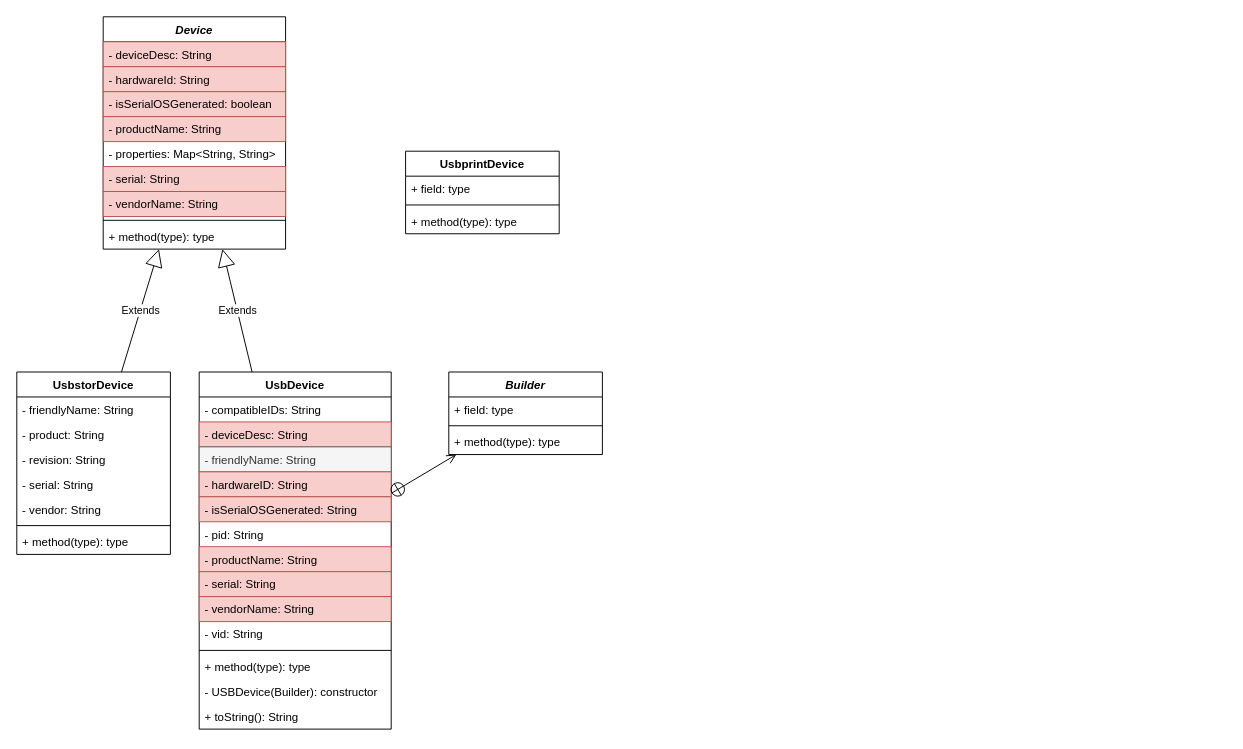
Above: UML diagrams.drawio in Quitest/USBDDx (draw.io), before the change. Source tidied: cells renumbered, new cells numbered last; positions are measured from the earlier drawing's top-left corner, leaving out a move shared by most shapes. Both pictures are drawn from the tidied source at 96%, with x=0, y=0 at pixel (16, 16).
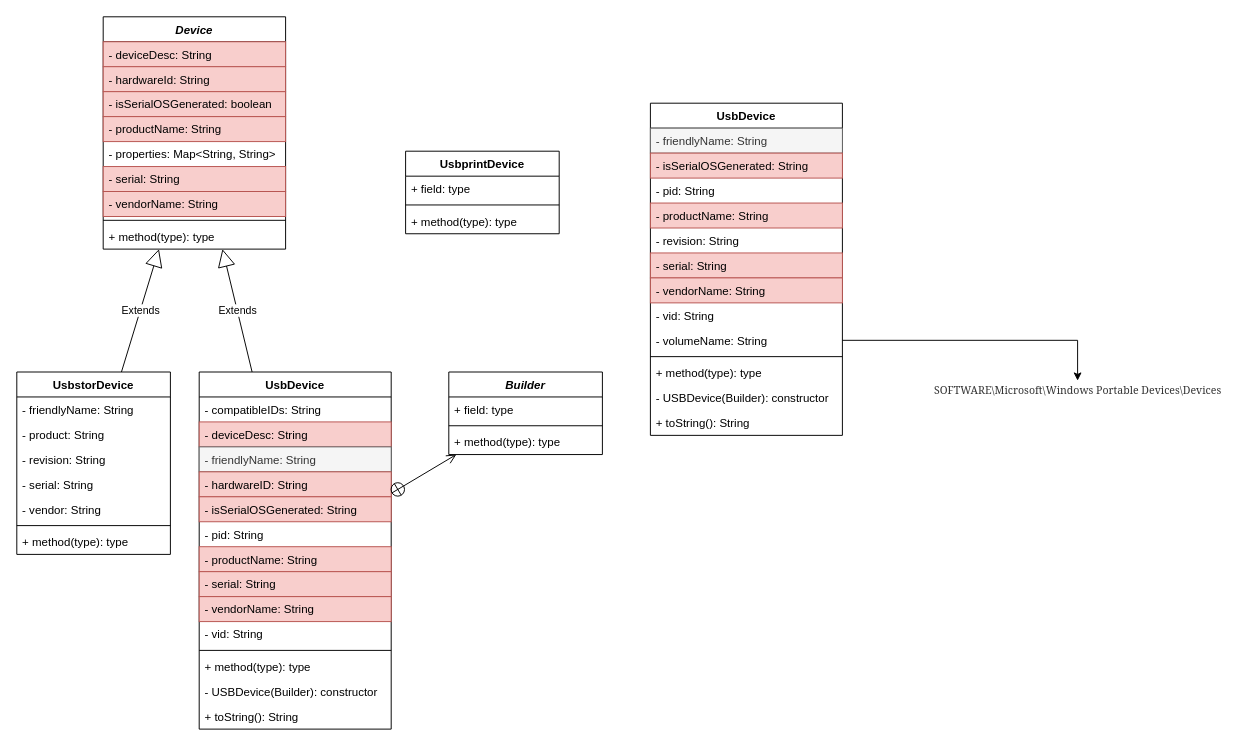
After the change.

What changed in the source:
```diff
@@
+    <mxCell id="46" value="UsbDevice" style="swimlane;fontStyle=1;align=center;verticalAlign=top;horizontal=1;startSize=26;" parent="1" vertex="1">
+      <mxGeometry x="660" y="90" width="200" height="346" as="geometry" />
+    </mxCell>
+    <mxCell id="47" value="- friendlyName: String" style="text;strokeColor=#666666;fillColor=#f5f5f5;align=left;verticalAlign=top;spacingLeft=4;spacingRight=4;overflow=hidden;fontColor=#333333;" parent="46" vertex="1">
+      <mxGeometry y="26" width="200" height="26" as="geometry" />
+    </mxCell>
+    <mxCell id="48" value="- isSerialOSGenerated: String" style="text;strokeColor=#b85450;fillColor=#f8cecc;align=left;verticalAlign=top;spacingLeft=4;spacingRight=4;overflow=hidden;" parent="46" vertex="1">
+      <mxGeometry y="52" width="200" height="26" as="geometry" />
+    </mxCell>
+    <mxCell id="49" value="- pid: String" style="text;strokeColor=none;fillColor=none;align=left;verticalAlign=top;spacingLeft=4;spacingRight=4;overflow=hidden;" parent="46" vertex="1">
+      <mxGeometry y="78" width="200" height="26" as="geometry" />
+    </mxCell>
+    <mxCell id="50" value="- productName: String" style="text;strokeColor=#b85450;fillColor=#f8cecc;align=left;verticalAlign=top;spacingLeft=4;spacingRight=4;overflow=hidden;" parent="46" vertex="1">
+      <mxGeometry y="104" width="200" height="26" as="geometry" />
+    </mxCell>
+    <mxCell id="51" value="- revision: String" style="text;strokeColor=none;fillColor=none;align=left;verticalAlign=top;spacingLeft=4;spacingRight=4;overflow=hidden;" parent="46" vertex="1">
+      <mxGeometry y="130" width="200" height="26" as="geometry" />
+    </mxCell>
+    <mxCell id="52" value="- serial: String" style="text;strokeColor=#b85450;fillColor=#f8cecc;align=left;verticalAlign=top;spacingLeft=4;spacingRight=4;overflow=hidden;" parent="46" vertex="1">
+      <mxGeometry y="156" width="200" height="26" as="geometry" />
+    </mxCell>
+    <mxCell id="53" value="- vendorName: String" style="text;strokeColor=#b85450;fillColor=#f8cecc;align=left;verticalAlign=top;spacingLeft=4;spacingRight=4;overflow=hidden;" parent="46" vertex="1">
+      <mxGeometry y="182" width="200" height="26" as="geometry" />
+    </mxCell>
+    <mxCell id="54" value="- vid: String" style="text;strokeColor=none;fillColor=none;align=left;verticalAlign=top;spacingLeft=4;spacingRight=4;overflow=hidden;" parent="46" vertex="1">
+      <mxGeometry y="208" width="200" height="26" as="geometry" />
+    </mxCell>
+    <mxCell id="55" value="- volumeName: String" style="text;strokeColor=none;fillColor=none;align=left;verticalAlign=top;spacingLeft=4;spacingRight=4;overflow=hidden;points=[[0,0.5],[1,0.5]];portConstraint=eastwest;" parent="46" vertex="1">
+      <mxGeometry y="234" width="200" height="26" as="geometry" />
+    </mxCell>
+    <mxCell id="56" style="line;strokeWidth=1;fillColor=none;align=left;verticalAlign=middle;spacingTop=-1;spacingLeft=3;spacingRight=3;labelPosition=right;" parent="46" vertex="1">
+      <mxGeometry y="260" width="200" height="8" as="geometry" />
+    </mxCell>
+    <mxCell id="57" value="+ method(type): type" style="text;strokeColor=none;fillColor=none;align=left;verticalAlign=top;spacingLeft=4;spacingRight=4;overflow=hidden;" parent="46" vertex="1">
+      <mxGeometry y="268" width="200" height="26" as="geometry" />
+    </mxCell>
+    <mxCell id="58" value="- USBDevice(Builder): constructor" style="text;strokeColor=none;fillColor=none;align=left;verticalAlign=top;spacingLeft=4;spacingRight=4;overflow=hidden;" parent="46" vertex="1">
+      <mxGeometry y="294" width="200" height="26" as="geometry" />
+    </mxCell>
+    <mxCell id="59" value="+ toString(): String" style="text;strokeColor=none;fillColor=none;align=left;verticalAlign=top;spacingLeft=4;spacingRight=4;overflow=hidden;" parent="46" vertex="1">
+      <mxGeometry y="320" width="200" height="26" as="geometry" />
+    </mxCell>
+    <mxCell id="60" value="&lt;span style=&quot;color: rgb(51, 51, 51); font-family: georgia, &amp;quot;bitstream charter&amp;quot;, serif; font-size: 11px; background-color: rgb(255, 255, 255);&quot;&gt;SOFTWARE\Microsoft\Windows Portable Devices\Devices&lt;/span&gt;" style="text;html=1;align=center;verticalAlign=middle;points=[];strokeColor=none;fillColor=none;fontSize=11;" parent="1" vertex="1">
+      <mxGeometry x="950" y="379" width="310" height="20" as="geometry" />
+    </mxCell>
+    <mxCell id="61" style="edgeStyle=orthogonalEdgeStyle;rounded=0;jettySize=auto;html=1;exitX=1;exitY=0.5;exitDx=0;exitDy=0;fontSize=11;" parent="1" edge="1" source="55" target="60">
+      <mxGeometry relative="1" as="geometry" />
+    </mxCell>
```
